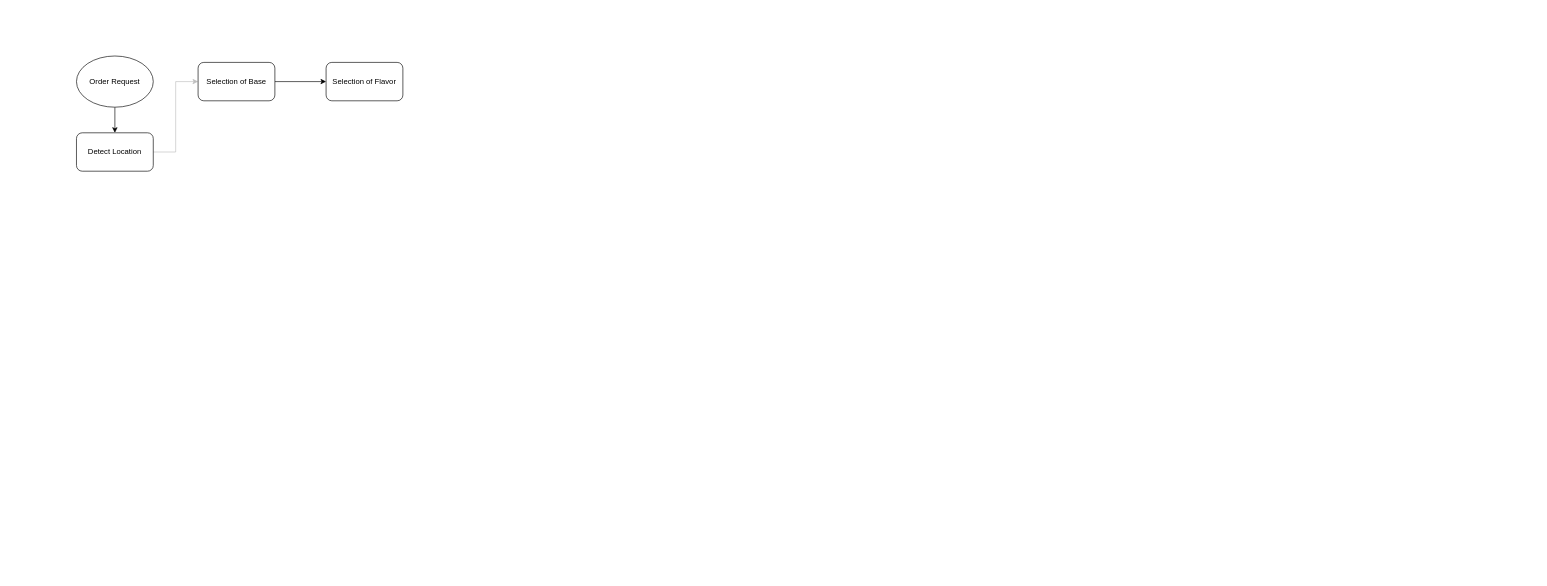
This is Untitled Diagram.drawio from Aniruddh-0701/Aniruddh-0701, a draw.io file, before an edit. Source tidied: cells renumbered, new cells numbered last; positions are measured from the earlier drawing's top-left corner, leaving out a move shared by most shapes. Both pictures are drawn from the tidied source at 64%, with x=0, y=0 at pixel (76, 56).
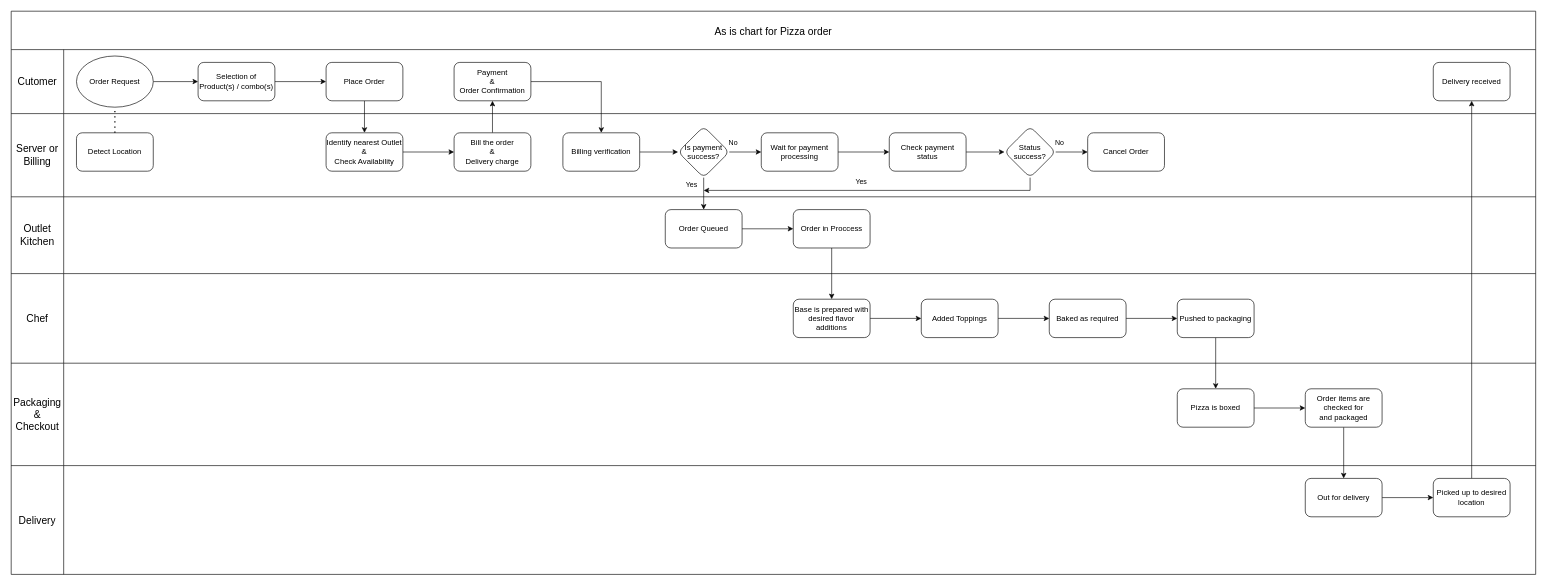
The same page after the edit.

Unchanged cells that the change refers to:
```xml
<mxCell id="3" value="Order Request" style="ellipse;whiteSpace=wrap;html=1;" parent="1" vertex="1">
  <mxGeometry width="120" height="80" as="geometry" />
</mxCell>
<mxCell id="5" value="Detect Location" style="rounded=1;whiteSpace=wrap;html=1;" parent="1" vertex="1">
  <mxGeometry y="120" width="120" height="60" as="geometry" />
</mxCell>
```

What changed in the source:
```diff
@@
-    <mxCell id="2" style="edgeStyle=orthogonalEdgeStyle;rounded=0;jettySize=auto;html=1;" parent="1" edge="1" source="3" target="5">
-      <mxGeometry relative="1" as="geometry" />
-    </mxCell>
+    <mxCell id="9" style="edgeStyle=orthogonalEdgeStyle;rounded=0;jettySize=auto;html=1;strokeColor=#080808;" parent="1" edge="1" source="3" target="8">
+      <mxGeometry relative="1" as="geometry" />
+    </mxCell>
@@
-    <mxCell id="4" style="edgeStyle=orthogonalEdgeStyle;rounded=0;jettySize=auto;html=1;entryX=0;entryY=0.5;entryDx=0;entryDy=0;strokeColor=#BFBFBF;" parent="1" edge="1" source="5" target="8">
-      <mxGeometry relative="1" as="geometry" />
-    </mxCell>
@@
-    <mxCell id="6" value="Selection of Flavor" style="rounded=1;whiteSpace=wrap;html=1;" parent="1" vertex="1">
-      <mxGeometry x="390" y="10" width="120" height="60" as="geometry" />
-    </mxCell>
-    <mxCell id="7" style="edgeStyle=orthogonalEdgeStyle;rounded=0;jettySize=auto;html=1;" parent="1" edge="1" source="8" target="6">
-      <mxGeometry relative="1" as="geometry" />
-    </mxCell>
+    <mxCell id="10" style="edgeStyle=orthogonalEdgeStyle;rounded=0;jettySize=auto;html=1;strokeColor=#080808;" parent="1" edge="1" source="8" target="12">
+      <mxGeometry relative="1" as="geometry" />
+    </mxCell>
-    <mxCell id="8" value="Selection of Base" style="rounded=1;whiteSpace=wrap;html=1;" parent="1" vertex="1">
+    <mxCell id="8" value="Selection of Product(s) / combo(s)" style="rounded=1;whiteSpace=wrap;html=1;" parent="1" vertex="1">
       <mxGeometry x="190" y="10" width="120" height="60" as="geometry" />
     </mxCell>
+    <mxCell id="11" style="edgeStyle=orthogonalEdgeStyle;rounded=0;jettySize=auto;html=1;strokeColor=#080808;" parent="1" edge="1" source="12" target="14">
+      <mxGeometry relative="1" as="geometry" />
+    </mxCell>
+    <mxCell id="12" value="Place Order" style="whiteSpace=wrap;html=1;rounded=1;" parent="1" vertex="1">
+      <mxGeometry x="390" y="10" width="120" height="60" as="geometry" />
+    </mxCell>
+    <mxCell id="13" style="edgeStyle=orthogonalEdgeStyle;rounded=0;jettySize=auto;html=1;strokeColor=#080808;" parent="1" edge="1" source="14" target="16">
+      <mxGeometry relative="1" as="geometry" />
+    </mxCell>
+    <mxCell id="14" value="Identify nearest Outlet&lt;br&gt;&amp;amp;&lt;br&gt;Check Availability" style="whiteSpace=wrap;html=1;rounded=1;" parent="1" vertex="1">
+      <mxGeometry x="390" y="120" width="120" height="60" as="geometry" />
+    </mxCell>
+    <mxCell id="15" style="edgeStyle=orthogonalEdgeStyle;rounded=0;jettySize=auto;html=1;strokeColor=#080808;" parent="1" edge="1" source="16" target="18">
+      <mxGeometry relative="1" as="geometry" />
+    </mxCell>
+    <mxCell id="16" value="Bill the order&lt;br&gt;&amp;amp;&lt;br&gt;Delivery charge" style="whiteSpace=wrap;html=1;rounded=1;" parent="1" vertex="1">
+      <mxGeometry x="590" y="120" width="120" height="60" as="geometry" />
+    </mxCell>
+    <mxCell id="17" style="edgeStyle=orthogonalEdgeStyle;rounded=0;jettySize=auto;html=1;strokeColor=#080808;" parent="1" edge="1" source="18" target="20">
+      <mxGeometry relative="1" as="geometry" />
+    </mxCell>
+    <mxCell id="18" value="Payment &lt;br&gt;&amp;amp;&lt;br&gt;Order Confirmation" style="whiteSpace=wrap;html=1;rounded=1;" parent="1" vertex="1">
+      <mxGeometry x="590" y="10" width="120" height="60" as="geometry" />
+    </mxCell>
+    <mxCell id="19" style="edgeStyle=orthogonalEdgeStyle;rounded=0;jettySize=auto;html=1;strokeColor=#080808;" parent="1" edge="1" source="20" target="21">
+      <mxGeometry relative="1" as="geometry" />
+    </mxCell>
+    <mxCell id="20" value="Billing verification" style="whiteSpace=wrap;html=1;rounded=1;" parent="1" vertex="1">
+      <mxGeometry x="760" y="120" width="120" height="60" as="geometry" />
+    </mxCell>
+    <mxCell id="21" value="Is payment success?" style="rhombus;whiteSpace=wrap;html=1;rounded=1;" parent="1" vertex="1">
+      <mxGeometry x="940" y="110" width="80" height="80" as="geometry" />
+    </mxCell>
+    <mxCell id="22" style="edgeStyle=orthogonalEdgeStyle;rounded=0;jettySize=auto;html=1;strokeColor=#080808;" parent="1" edge="1" source="23" target="25">
+      <mxGeometry relative="1" as="geometry" />
+    </mxCell>
+    <mxCell id="23" value="Order Queued" style="whiteSpace=wrap;html=1;rounded=1;" parent="1" vertex="1">
+      <mxGeometry x="920" y="240" width="120" height="60" as="geometry" />
+    </mxCell>
+    <mxCell id="24" style="edgeStyle=orthogonalEdgeStyle;rounded=0;jettySize=auto;html=1;strokeColor=#080808;" parent="1" edge="1" source="25" target="27">
+      <mxGeometry relative="1" as="geometry" />
+    </mxCell>
+    <mxCell id="25" value="Order in Proccess" style="whiteSpace=wrap;html=1;rounded=1;" parent="1" vertex="1">
+      <mxGeometry x="1120" y="240" width="120" height="60" as="geometry" />
+    </mxCell>
+    <mxCell id="26" style="edgeStyle=orthogonalEdgeStyle;rounded=0;jettySize=auto;html=1;strokeColor=#080808;" parent="1" edge="1" source="27" target="29">
+      <mxGeometry relative="1" as="geometry" />
+    </mxCell>
+    <mxCell id="27" value="Base is prepared with desired flavor additions" style="whiteSpace=wrap;html=1;rounded=1;" parent="1" vertex="1">
+      <mxGeometry x="1120" y="380" width="120" height="60" as="geometry" />
+    </mxCell>
+    <mxCell id="28" style="edgeStyle=orthogonalEdgeStyle;rounded=0;jettySize=auto;html=1;strokeColor=#080808;" parent="1" edge="1" source="29" target="31">
+      <mxGeometry relative="1" as="geometry" />
+    </mxCell>
+    <mxCell id="29" value="Added Toppings" style="whiteSpace=wrap;html=1;rounded=1;" parent="1" vertex="1">
+      <mxGeometry x="1320" y="380" width="120" height="60" as="geometry" />
+    </mxCell>
+    <mxCell id="30" style="edgeStyle=orthogonalEdgeStyle;rounded=0;jettySize=auto;html=1;strokeColor=#080808;" parent="1" edge="1" source="31" target="33">
+      <mxGeometry relative="1" as="geometry" />
+    </mxCell>
+    <mxCell id="31" value="Baked as required" style="whiteSpace=wrap;html=1;rounded=1;" parent="1" vertex="1">
+      <mxGeometry x="1520" y="380" width="120" height="60" as="geometry" />
+    </mxCell>
+    <mxCell id="32" style="edgeStyle=orthogonalEdgeStyle;rounded=0;jettySize=auto;html=1;strokeColor=#080808;" parent="1" edge="1" source="33" target="35">
+      <mxGeometry relative="1" as="geometry" />
+    </mxCell>
+    <mxCell id="33" value="Pushed to packaging" style="whiteSpace=wrap;html=1;rounded=1;" parent="1" vertex="1">
+      <mxGeometry x="1720" y="380" width="120" height="60" as="geometry" />
+    </mxCell>
+    <mxCell id="34" style="edgeStyle=orthogonalEdgeStyle;rounded=0;jettySize=auto;html=1;strokeColor=#080808;" parent="1" edge="1" source="35" target="37">
+      <mxGeometry relative="1" as="geometry" />
+    </mxCell>
+    <mxCell id="35" value="Pizza is boxed" style="whiteSpace=wrap;html=1;rounded=1;" parent="1" vertex="1">
+      <mxGeometry x="1720" y="520" width="120" height="60" as="geometry" />
+    </mxCell>
+    <mxCell id="36" style="edgeStyle=orthogonalEdgeStyle;rounded=0;jettySize=auto;html=1;strokeColor=#080808;" parent="1" edge="1" source="37" target="39">
+      <mxGeometry relative="1" as="geometry" />
+    </mxCell>
+    <mxCell id="37" value="Order items are checked for&lt;br&gt;and packaged" style="whiteSpace=wrap;html=1;rounded=1;" parent="1" vertex="1">
+      <mxGeometry x="1920" y="520" width="120" height="60" as="geometry" />
+    </mxCell>
+    <mxCell id="38" style="edgeStyle=orthogonalEdgeStyle;rounded=0;jettySize=auto;html=1;strokeColor=#080808;" parent="1" edge="1" source="39" target="41">
+      <mxGeometry relative="1" as="geometry" />
+    </mxCell>
+    <mxCell id="39" value="Out for delivery" style="whiteSpace=wrap;html=1;rounded=1;" parent="1" vertex="1">
+      <mxGeometry x="1920" y="660" width="120" height="60" as="geometry" />
+    </mxCell>
+    <mxCell id="40" style="edgeStyle=orthogonalEdgeStyle;rounded=0;jettySize=auto;html=1;strokeColor=#080808;" parent="1" edge="1" source="41" target="42">
+      <mxGeometry relative="1" as="geometry" />
+    </mxCell>
+    <mxCell id="41" value="Picked up to desired location" style="whiteSpace=wrap;html=1;rounded=1;" parent="1" vertex="1">
+      <mxGeometry x="2120" y="660" width="120" height="60" as="geometry" />
+    </mxCell>
+    <mxCell id="42" value="Delivery received" style="whiteSpace=wrap;html=1;rounded=1;" parent="1" vertex="1">
+      <mxGeometry x="2120" y="10" width="120" height="60" as="geometry" />
+    </mxCell>
+    <mxCell id="43" style="endArrow=none;dashed=1;html=1;dashPattern=1 3;strokeWidth=2;rounded=0;strokeColor=#080808;entryX=0.5;entryY=1;entryDx=0;entryDy=0;exitX=0.5;exitY=0;exitDx=0;exitDy=0;" parent="1" edge="1" source="5" target="3">
+      <mxGeometry relative="1" as="geometry" />
+    </mxCell>
+    <mxCell id="44" style="endArrow=classic;html=1;rounded=0;strokeColor=#080808;exitX=0.5;exitY=1;exitDx=0;exitDy=0;entryX=0.5;entryY=0;entryDx=0;entryDy=0;" parent="1" edge="1" source="21" target="23">
+      <mxGeometry relative="1" as="geometry" />
+    </mxCell>
+    <mxCell id="45" value="Yes" style="edgeLabel;html=1;align=center;verticalAlign=middle;" parent="44" vertex="1">
+      <mxGeometry relative="1" as="geometry">
+        <mxPoint x="-20" y="-15" as="offset" />
+      </mxGeometry>
+    </mxCell>
+    <mxCell id="46" style="endArrow=classic;html=1;rounded=0;strokeColor=#080808;exitX=1;exitY=0.5;exitDx=0;exitDy=0;entryX=0;entryY=0.5;entryDx=0;entryDy=0;" parent="1" edge="1" source="21" target="49">
+      <mxGeometry relative="1" as="geometry" />
+    </mxCell>
+    <mxCell id="47" value="No" style="edgeLabel;html=1;align=center;verticalAlign=middle;" parent="46" vertex="1">
+      <mxGeometry relative="1" as="geometry">
+        <mxPoint x="-20" y="-15" as="offset" />
+      </mxGeometry>
+    </mxCell>
+    <mxCell id="48" style="edgeStyle=orthogonalEdgeStyle;rounded=0;jettySize=auto;html=1;strokeColor=#080808;" parent="1" edge="1" source="49" target="51">
+      <mxGeometry relative="1" as="geometry" />
+    </mxCell>
+    <mxCell id="49" value="Wait for payment processing" style="rounded=1;whiteSpace=wrap;html=1;" parent="1" vertex="1">
+      <mxGeometry x="1070" y="120" width="120" height="60" as="geometry" />
+    </mxCell>
+    <mxCell id="50" style="edgeStyle=orthogonalEdgeStyle;rounded=0;jettySize=auto;html=1;entryX=0;entryY=0.5;entryDx=0;entryDy=0;strokeColor=#080808;" parent="1" edge="1" source="51" target="52">
+      <mxGeometry relative="1" as="geometry" />
+    </mxCell>
+    <mxCell id="51" value="Check payment status" style="whiteSpace=wrap;html=1;rounded=1;" parent="1" vertex="1">
+      <mxGeometry x="1270" y="120" width="120" height="60" as="geometry" />
+    </mxCell>
+    <mxCell id="52" value="Status success?" style="rhombus;whiteSpace=wrap;html=1;rounded=1;" parent="1" vertex="1">
+      <mxGeometry x="1450" y="110" width="80" height="80" as="geometry" />
+    </mxCell>
+    <mxCell id="53" style="endArrow=classic;html=1;rounded=0;strokeColor=#080808;exitX=0.5;exitY=1;exitDx=0;exitDy=0;" parent="1" edge="1" source="52">
+      <mxGeometry relative="1" as="geometry">
+        <mxPoint x="980" y="210" as="targetPoint" />
+        <Array as="points">
+          <mxPoint x="1490" y="210" />
+        </Array>
+      </mxGeometry>
+    </mxCell>
+    <mxCell id="54" value="Yes" style="edgeLabel;html=1;align=center;verticalAlign=middle;" parent="53" vertex="1">
+      <mxGeometry relative="1" as="geometry">
+        <mxPoint x="-20" y="-15" as="offset" />
+      </mxGeometry>
+    </mxCell>
+    <mxCell id="55" style="endArrow=classic;html=1;rounded=0;strokeColor=#080808;exitX=1;exitY=0.5;exitDx=0;exitDy=0;entryX=0;entryY=0.5;entryDx=0;entryDy=0;" parent="1" edge="1" source="52">
+      <mxGeometry relative="1" as="geometry">
+        <mxPoint x="1580" y="150" as="targetPoint" />
+      </mxGeometry>
+    </mxCell>
+    <mxCell id="56" value="No" style="edgeLabel;html=1;align=center;verticalAlign=middle;" parent="55" vertex="1">
+      <mxGeometry relative="1" as="geometry">
+        <mxPoint x="-20" y="-15" as="offset" />
+      </mxGeometry>
+    </mxCell>
+    <mxCell id="57" value="Cancel Order" style="rounded=1;whiteSpace=wrap;html=1;" parent="1" vertex="1">
+      <mxGeometry x="1580" y="120" width="120" height="60" as="geometry" />
+    </mxCell>
+    <mxCell id="58" value="As is chart for Pizza order" style="shape=table;startSize=60;childLayout=tableLayout;strokeColor=default;fontSize=16;" parent="1" vertex="1">
+      <mxGeometry x="-102" y="-70" width="2382" height="880" as="geometry" />
+    </mxCell>
+    <mxCell id="59" style="shape=tableRow;horizontal=0;startSize=0;swimlaneHead=0;swimlaneBody=0;strokeColor=inherit;top=0;left=0;bottom=0;right=0;fillColor=none;fontSize=16;" parent="58" vertex="1">
+      <mxGeometry y="60" width="2382" height="100" as="geometry" />
+    </mxCell>
+    <mxCell id="60" value="Cutomer" style="shape=partialRectangle;html=1;whiteSpace=wrap;strokeColor=inherit;overflow=hidden;fillColor=none;top=0;left=0;bottom=0;right=0;fontSize=16;" parent="59" vertex="1">
+      <mxGeometry width="82" height="100" as="geometry" />
+    </mxCell>
+    <mxCell id="61" style="shape=partialRectangle;html=1;whiteSpace=wrap;strokeColor=inherit;overflow=hidden;fillColor=none;top=0;left=0;bottom=0;right=0;fontSize=16;" parent="59" vertex="1">
+      <mxGeometry x="82" width="2300" height="100" as="geometry" />
+    </mxCell>
+    <mxCell id="62" style="shape=tableRow;horizontal=0;startSize=0;swimlaneHead=0;swimlaneBody=0;strokeColor=inherit;top=0;left=0;bottom=0;right=0;fillColor=none;fontSize=16;" parent="58" vertex="1">
+      <mxGeometry y="160" width="2382" height="130" as="geometry" />
+    </mxCell>
+    <mxCell id="63" value="Server or Billing" style="shape=partialRectangle;html=1;whiteSpace=wrap;strokeColor=inherit;overflow=hidden;fillColor=none;top=0;left=0;bottom=0;right=0;fontSize=16;" parent="62" vertex="1">
+      <mxGeometry width="82" height="130" as="geometry" />
+    </mxCell>
+    <mxCell id="64" style="shape=partialRectangle;html=1;whiteSpace=wrap;strokeColor=inherit;overflow=hidden;fillColor=none;top=0;left=0;bottom=0;right=0;fontSize=16;" parent="62" vertex="1">
+      <mxGeometry x="82" width="2300" height="130" as="geometry" />
+    </mxCell>
+    <mxCell id="65" style="shape=tableRow;horizontal=0;startSize=0;swimlaneHead=0;swimlaneBody=0;strokeColor=inherit;top=0;left=0;bottom=0;right=0;fillColor=none;fontSize=16;" parent="58" vertex="1">
+      <mxGeometry y="290" width="2382" height="120" as="geometry" />
+    </mxCell>
+    <mxCell id="66" value="Outlet Kitchen" style="shape=partialRectangle;html=1;whiteSpace=wrap;strokeColor=inherit;overflow=hidden;fillColor=none;top=0;left=0;bottom=0;right=0;fontSize=16;" parent="65" vertex="1">
+      <mxGeometry width="82" height="120" as="geometry" />
+    </mxCell>
+    <mxCell id="67" style="shape=partialRectangle;html=1;whiteSpace=wrap;strokeColor=inherit;overflow=hidden;fillColor=none;top=0;left=0;bottom=0;right=0;fontSize=16;" parent="65" vertex="1">
+      <mxGeometry x="82" width="2300" height="120" as="geometry" />
+    </mxCell>
+    <mxCell id="68" style="shape=tableRow;horizontal=0;startSize=0;swimlaneHead=0;swimlaneBody=0;strokeColor=inherit;top=0;left=0;bottom=0;right=0;fillColor=none;fontSize=16;" parent="58" vertex="1">
+      <mxGeometry y="410" width="2382" height="140" as="geometry" />
+    </mxCell>
+    <mxCell id="69" value="Chef" style="shape=partialRectangle;html=1;whiteSpace=wrap;strokeColor=inherit;overflow=hidden;fillColor=none;top=0;left=0;bottom=0;right=0;fontSize=16;" parent="68" vertex="1">
+      <mxGeometry width="82" height="140" as="geometry" />
+    </mxCell>
+    <mxCell id="70" style="shape=partialRectangle;html=1;whiteSpace=wrap;strokeColor=inherit;overflow=hidden;fillColor=none;top=0;left=0;bottom=0;right=0;fontSize=16;" parent="68" vertex="1">
+      <mxGeometry x="82" width="2300" height="140" as="geometry" />
+    </mxCell>
+    <mxCell id="71" style="shape=tableRow;horizontal=0;startSize=0;swimlaneHead=0;swimlaneBody=0;strokeColor=inherit;top=0;left=0;bottom=0;right=0;fillColor=none;fontSize=16;" parent="58" vertex="1">
+      <mxGeometry y="550" width="2382" height="160" as="geometry" />
+    </mxCell>
+    <mxCell id="72" value="Packaging &amp;amp; Checkout" style="shape=partialRectangle;html=1;whiteSpace=wrap;strokeColor=inherit;overflow=hidden;fillColor=none;top=0;left=0;bottom=0;right=0;fontSize=16;" parent="71" vertex="1">
+      <mxGeometry width="82" height="160" as="geometry" />
+    </mxCell>
+    <mxCell id="73" style="shape=partialRectangle;html=1;whiteSpace=wrap;strokeColor=inherit;overflow=hidden;fillColor=none;top=0;left=0;bottom=0;right=0;fontSize=16;" parent="71" vertex="1">
+      <mxGeometry x="82" width="2300" height="160" as="geometry" />
+    </mxCell>
+    <mxCell id="74" style="shape=tableRow;horizontal=0;startSize=0;swimlaneHead=0;swimlaneBody=0;strokeColor=inherit;top=0;left=0;bottom=0;right=0;fillColor=none;fontSize=16;" parent="58" vertex="1">
+      <mxGeometry y="710" width="2382" height="170" as="geometry" />
+    </mxCell>
+    <mxCell id="75" value="Delivery" style="shape=partialRectangle;html=1;whiteSpace=wrap;strokeColor=inherit;overflow=hidden;fillColor=none;top=0;left=0;bottom=0;right=0;fontSize=16;" parent="74" vertex="1">
+      <mxGeometry width="82" height="170" as="geometry" />
+    </mxCell>
+    <mxCell id="76" style="shape=partialRectangle;html=1;whiteSpace=wrap;strokeColor=inherit;overflow=hidden;fillColor=none;top=0;left=0;bottom=0;right=0;fontSize=16;" parent="74" vertex="1">
+      <mxGeometry x="82" width="2300" height="170" as="geometry" />
+    </mxCell>
```
